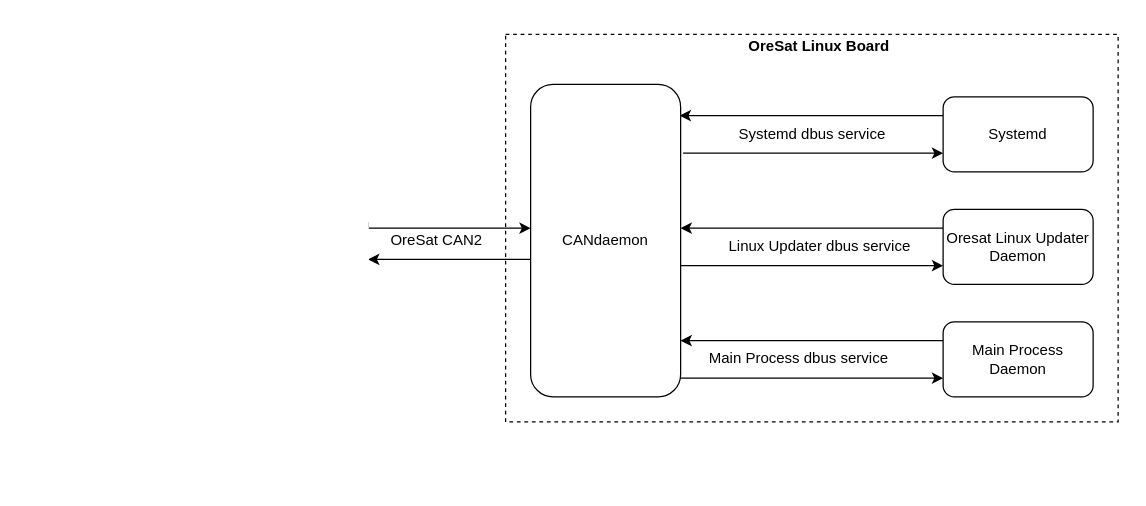
The draw.io diagram docs/OreSatLinuxDiagram.drawio in oresat/oresat-linux-manager, before the edit. Source tidied: cells renumbered, new cells numbered last; positions are measured from the earlier drawing's top-left corner, leaving out a move shared by most shapes. Both pictures are drawn from the tidied source at 125%, with x=0, y=0 at pixel (355, 34).
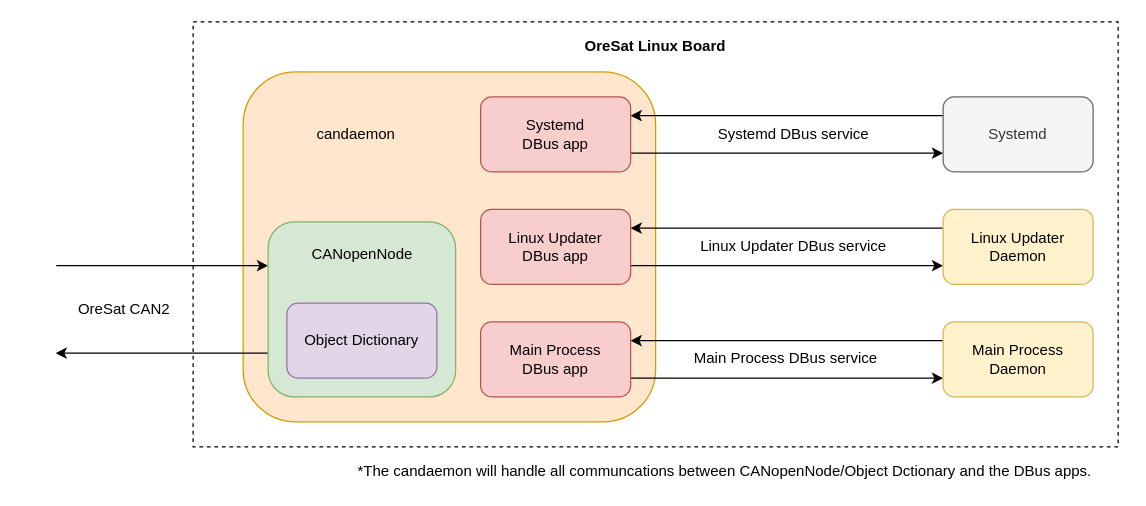
After the change.

The edit, as a diff of the source:
```diff
@@
     <mxCell id="2" style="rounded=0;whiteSpace=wrap;html=1;dashed=1;" parent="1" vertex="1">
-      <mxGeometry x="120" width="490" height="310" as="geometry" />
+      <mxGeometry x="-130" y="-10" width="740" height="340" as="geometry" />
     </mxCell>
     <mxCell id="3" value="OreSat CAN2" style="text;html=1;strokeColor=none;fillColor=none;align=center;verticalAlign=middle;whiteSpace=wrap;rounded=0;" parent="1" vertex="1">
-      <mxGeometry x="20" y="141" width="90" height="48" as="geometry" />
+      <mxGeometry x="-230" y="196" width="90" height="48" as="geometry" />
     </mxCell>
     <mxCell id="4" value="&lt;b&gt;OreSat Linux Board&lt;/b&gt;" style="text;html=1;strokeColor=none;fillColor=none;align=center;verticalAlign=middle;whiteSpace=wrap;rounded=0;dashed=1;" parent="1" vertex="1">
-      <mxGeometry x="293" width="156" height="20" as="geometry" />
+      <mxGeometry x="162" width="156" height="20" as="geometry" />
     </mxCell>
-    <mxCell id="5" value="CANdaemon" style="rounded=1;whiteSpace=wrap;html=1;" parent="1" vertex="1">
-      <mxGeometry x="140" y="40" width="120" height="250" as="geometry" />
+    <mxCell id="5" style="rounded=1;whiteSpace=wrap;html=1;fillColor=#ffe6cc;strokeColor=#d79b00;" parent="1" vertex="1">
+      <mxGeometry x="-90" y="30" width="330" height="280" as="geometry" />
     </mxCell>
-    <mxCell id="6" style="edgeStyle=orthogonalEdgeStyle;rounded=0;jettySize=auto;html=1;exitX=0;exitY=0.25;exitDx=0;exitDy=0;" parent="1" edge="1" source="8" target="5">
-      <mxGeometry relative="1" as="geometry">
-        <Array as="points">
-          <mxPoint x="360" y="155" />
-          <mxPoint x="360" y="155" />
-        </Array>
-      </mxGeometry>
+    <mxCell id="6" style="edgeStyle=orthogonalEdgeStyle;rounded=0;jettySize=auto;html=1;exitX=0;exitY=0.25;exitDx=0;exitDy=0;entryX=1;entryY=0.25;entryDx=0;entryDy=0;" parent="1" edge="1" source="8" target="22">
+      <mxGeometry relative="1" as="geometry" />
     </mxCell>
-    <mxCell id="7" style="edgeStyle=orthogonalEdgeStyle;rounded=0;jettySize=auto;html=1;exitX=0;exitY=0.75;exitDx=0;exitDy=0;endArrow=none;endFill=0;startArrow=classic;startFill=1;" parent="1" edge="1" source="8" target="5">
-      <mxGeometry relative="1" as="geometry">
-        <Array as="points">
-          <mxPoint x="380" y="185" />
-          <mxPoint x="380" y="185" />
-        </Array>
-      </mxGeometry>
+    <mxCell id="7" style="edgeStyle=orthogonalEdgeStyle;rounded=0;jettySize=auto;html=1;exitX=0;exitY=0.75;exitDx=0;exitDy=0;endArrow=none;endFill=0;startArrow=classic;startFill=1;entryX=1;entryY=0.75;entryDx=0;entryDy=0;" parent="1" edge="1" source="8" target="22">
+      <mxGeometry relative="1" as="geometry" />
     </mxCell>
-    <mxCell id="8" value="Oresat Linux Updater Daemon" style="rounded=1;whiteSpace=wrap;html=1;" parent="1" vertex="1">
+    <mxCell id="8" value="Linux Updater Daemon" style="rounded=1;whiteSpace=wrap;html=1;fillColor=#fff2cc;strokeColor=#d6b656;" parent="1" vertex="1">
       <mxGeometry x="470" y="140" width="120" height="60" as="geometry" />
     </mxCell>
-    <mxCell id="9" style="edgeStyle=orthogonalEdgeStyle;rounded=0;jettySize=auto;html=1;exitX=0;exitY=0.75;exitDx=0;exitDy=0;endArrow=none;endFill=0;startArrow=classic;startFill=1;" parent="1" edge="1" source="11" target="5">
-      <mxGeometry relative="1" as="geometry">
-        <Array as="points">
-          <mxPoint x="290" y="275" />
-          <mxPoint x="290" y="275" />
-        </Array>
-      </mxGeometry>
+    <mxCell id="9" style="edgeStyle=orthogonalEdgeStyle;rounded=0;jettySize=auto;html=1;exitX=0;exitY=0.75;exitDx=0;exitDy=0;endArrow=none;endFill=0;startArrow=classic;startFill=1;entryX=1;entryY=0.75;entryDx=0;entryDy=0;" parent="1" edge="1" source="11" target="23">
+      <mxGeometry relative="1" as="geometry" />
     </mxCell>
-    <mxCell id="10" style="edgeStyle=orthogonalEdgeStyle;rounded=0;jettySize=auto;html=1;exitX=0;exitY=0.25;exitDx=0;exitDy=0;" parent="1" edge="1" source="11" target="5">
-      <mxGeometry relative="1" as="geometry">
-        <Array as="points">
-          <mxPoint x="300" y="245" />
-          <mxPoint x="300" y="245" />
-        </Array>
-      </mxGeometry>
+    <mxCell id="10" style="edgeStyle=orthogonalEdgeStyle;rounded=0;jettySize=auto;html=1;exitX=0;exitY=0.25;exitDx=0;exitDy=0;entryX=1;entryY=0.25;entryDx=0;entryDy=0;" parent="1" edge="1" source="11" target="23">
+      <mxGeometry relative="1" as="geometry" />
     </mxCell>
-    <mxCell id="11" value="Main Process Daemon" style="rounded=1;whiteSpace=wrap;html=1;" parent="1" vertex="1">
+    <mxCell id="11" value="Main Process Daemon" style="rounded=1;whiteSpace=wrap;html=1;fillColor=#fff2cc;strokeColor=#d6b656;" parent="1" vertex="1">
       <mxGeometry x="470" y="230" width="120" height="60" as="geometry" />
     </mxCell>
-    <mxCell id="12" value="Linux Updater dbus service" style="text;html=1;align=center;verticalAlign=middle;" parent="1" vertex="1">
-      <mxGeometry x="286" y="160" width="170" height="20" as="geometry" />
+    <mxCell id="12" value="Linux Updater DBus service" style="text;html=1;align=center;verticalAlign=middle;" parent="1" vertex="1">
+      <mxGeometry x="265" y="160" width="170" height="20" as="geometry" />
     </mxCell>
-    <mxCell id="13" value="Main Process dbus service" style="text;html=1;" parent="1" vertex="1">
-      <mxGeometry x="281" y="245" width="180" height="30" as="geometry" />
+    <mxCell id="13" value="Main Process DBus service" style="text;html=1;" parent="1" vertex="1">
+      <mxGeometry x="269" y="245" width="180" height="30" as="geometry" />
     </mxCell>
-    <mxCell id="14" style="edgeStyle=orthogonalEdgeStyle;rounded=0;jettySize=auto;html=1;startArrow=classic;startFill=1;endArrow=none;endFill=0;exitX=1;exitY=0.75;exitDx=0;exitDy=0;" parent="1" edge="1" source="16" target="5">
-      <mxGeometry relative="1" as="geometry">
-        <Array as="points">
-          <mxPoint x="70" y="180" />
-          <mxPoint x="70" y="180" />
-        </Array>
-      </mxGeometry>
+    <mxCell id="14" style="edgeStyle=orthogonalEdgeStyle;rounded=0;jettySize=auto;html=1;startArrow=classic;startFill=1;endArrow=none;endFill=0;exitX=1;exitY=0.75;exitDx=0;exitDy=0;entryX=0;entryY=0.75;entryDx=0;entryDy=0;" parent="1" edge="1" source="16" target="25">
+      <mxGeometry relative="1" as="geometry" />
     </mxCell>
-    <mxCell id="15" style="edgeStyle=orthogonalEdgeStyle;rounded=0;jettySize=auto;html=1;startArrow=none;startFill=0;endArrow=classic;endFill=1;exitX=1;exitY=0.25;exitDx=0;exitDy=0;" parent="1" edge="1" source="16" target="5">
+    <mxCell id="15" style="edgeStyle=orthogonalEdgeStyle;rounded=0;jettySize=auto;html=1;startArrow=none;startFill=0;endArrow=classic;endFill=1;exitX=1;exitY=0.25;exitDx=0;exitDy=0;entryX=0;entryY=0.25;entryDx=0;entryDy=0;" parent="1" edge="1" source="16" target="25">
       <mxGeometry relative="1" as="geometry">
         <Array as="points">
-          <mxPoint x="70" y="155" />
-          <mxPoint x="70" y="155" />
+          <mxPoint x="-260" y="185" />
         </Array>
       </mxGeometry>
     </mxCell>
     <mxCell id="16" style="rounded=1;whiteSpace=wrap;html=1;strokeColor=#FFFFFF;" parent="1" vertex="1">
-      <mxGeometry y="135" width="10" height="60" as="geometry" />
+      <mxGeometry x="-260" y="150" width="20" height="140" as="geometry" />
     </mxCell>
-    <mxCell id="17" style="edgeStyle=orthogonalEdgeStyle;rounded=0;jettySize=auto;html=1;exitX=0;exitY=0.25;exitDx=0;exitDy=0;entryX=0.994;entryY=0.1;entryDx=0;entryDy=0;entryPerimeter=0;" parent="1" edge="1" source="19" target="5">
+    <mxCell id="17" style="edgeStyle=orthogonalEdgeStyle;rounded=0;jettySize=auto;html=1;exitX=0;exitY=0.25;exitDx=0;exitDy=0;entryX=1;entryY=0.25;entryDx=0;entryDy=0;" parent="1" edge="1" source="19" target="21">
       <mxGeometry relative="1" as="geometry" />
     </mxCell>
-    <mxCell id="18" style="edgeStyle=orthogonalEdgeStyle;rounded=0;jettySize=auto;html=1;exitX=0;exitY=0.75;exitDx=0;exitDy=0;endArrow=none;endFill=0;startArrow=classic;startFill=1;" parent="1" edge="1" source="19">
-      <mxGeometry relative="1" as="geometry">
-        <mxPoint x="262" y="95" as="targetPoint" />
-        <Array as="points">
-          <mxPoint x="262" y="95" />
-        </Array>
-      </mxGeometry>
+    <mxCell id="18" style="edgeStyle=orthogonalEdgeStyle;rounded=0;jettySize=auto;html=1;exitX=0;exitY=0.75;exitDx=0;exitDy=0;endArrow=none;endFill=0;startArrow=classic;startFill=1;entryX=1;entryY=0.75;entryDx=0;entryDy=0;" parent="1" edge="1" source="19" target="21">
+      <mxGeometry relative="1" as="geometry" />
     </mxCell>
-    <mxCell id="19" value="Systemd" style="rounded=1;whiteSpace=wrap;html=1;" parent="1" vertex="1">
+    <mxCell id="19" value="Systemd" style="rounded=1;whiteSpace=wrap;html=1;fillColor=#f5f5f5;strokeColor=#666666;fontColor=#333333;" parent="1" vertex="1">
       <mxGeometry x="470" y="50" width="120" height="60" as="geometry" />
     </mxCell>
-    <mxCell id="20" value="Systemd dbus service" style="text;html=1;align=center;verticalAlign=middle;" parent="1" vertex="1">
-      <mxGeometry x="295" y="70" width="140" height="20" as="geometry" />
+    <mxCell id="20" value="Systemd DBus service" style="text;html=1;align=center;verticalAlign=middle;" parent="1" vertex="1">
+      <mxGeometry x="280" y="70" width="140" height="20" as="geometry" />
     </mxCell>
+    <mxCell id="21" value="Systemd &lt;br&gt;DBus app" style="rounded=1;whiteSpace=wrap;html=1;strokeColor=#b85450;fillColor=#f8cecc;" parent="1" vertex="1">
+      <mxGeometry x="100" y="50" width="120" height="60" as="geometry" />
+    </mxCell>
+    <mxCell id="22" value="Linux Updater&lt;br&gt;DBus app" style="rounded=1;whiteSpace=wrap;html=1;strokeColor=#b85450;fillColor=#f8cecc;" parent="1" vertex="1">
+      <mxGeometry x="100" y="140" width="120" height="60" as="geometry" />
+    </mxCell>
+    <mxCell id="23" value="Main Process&lt;br&gt;DBus app" style="rounded=1;whiteSpace=wrap;html=1;strokeColor=#b85450;fillColor=#f8cecc;" parent="1" vertex="1">
+      <mxGeometry x="100" y="230" width="120" height="60" as="geometry" />
+    </mxCell>
+    <mxCell id="24" value="candaemon" style="text;html=1;align=center;verticalAlign=middle;" parent="1" vertex="1">
+      <mxGeometry x="-40" y="70" width="80" height="20" as="geometry" />
+    </mxCell>
+    <mxCell id="25" style="rounded=1;whiteSpace=wrap;html=1;strokeColor=#82b366;fillColor=#d5e8d4;" parent="1" vertex="1">
+      <mxGeometry x="-70" y="150" width="150" height="140" as="geometry" />
+    </mxCell>
+    <mxCell id="26" value="Object Dictionary" style="rounded=1;whiteSpace=wrap;html=1;strokeColor=#9673a6;fillColor=#e1d5e7;" parent="1" vertex="1">
+      <mxGeometry x="-55" y="215" width="120" height="60" as="geometry" />
+    </mxCell>
+    <mxCell id="27" value="CANopenNode" style="text;html=1;align=center;verticalAlign=middle;" parent="1" vertex="1">
+      <mxGeometry x="-45" y="166" width="100" height="20" as="geometry" />
+    </mxCell>
+    <mxCell id="28" value="*The candaemon will handle all communcations between CANopenNode/Object Dctionary and the DBus apps." style="text;html=1;align=center;verticalAlign=middle;" parent="1" vertex="1">
+      <mxGeometry x="-25" y="340" width="640" height="20" as="geometry" />
+    </mxCell>
```
